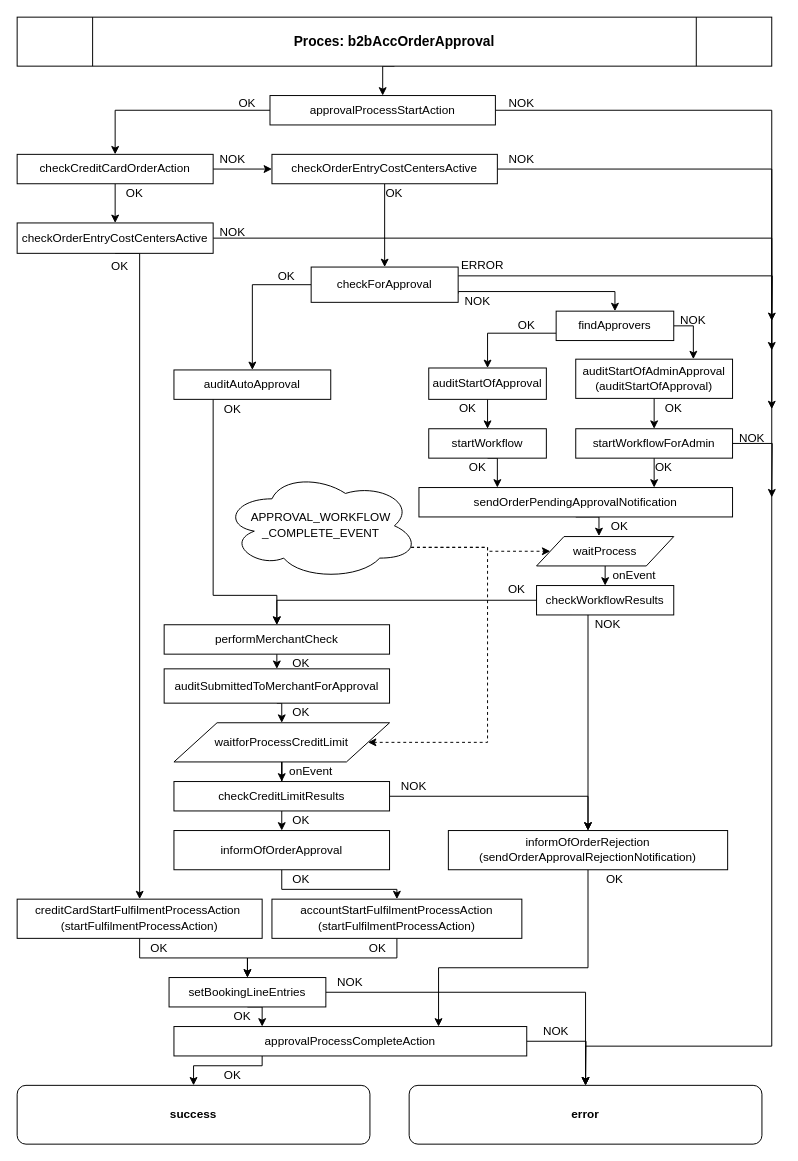
Earlier version of the draw.io diagram public/Untitled Diagram.drawio (salutuj-gabriel/docs). Source tidied: cells renumbered, new cells numbered last; positions are measured from the earlier drawing's top-left corner, leaving out a move shared by most shapes. Both pictures are drawn from the tidied source at 98%, with x=0, y=0 at pixel (17, 17).
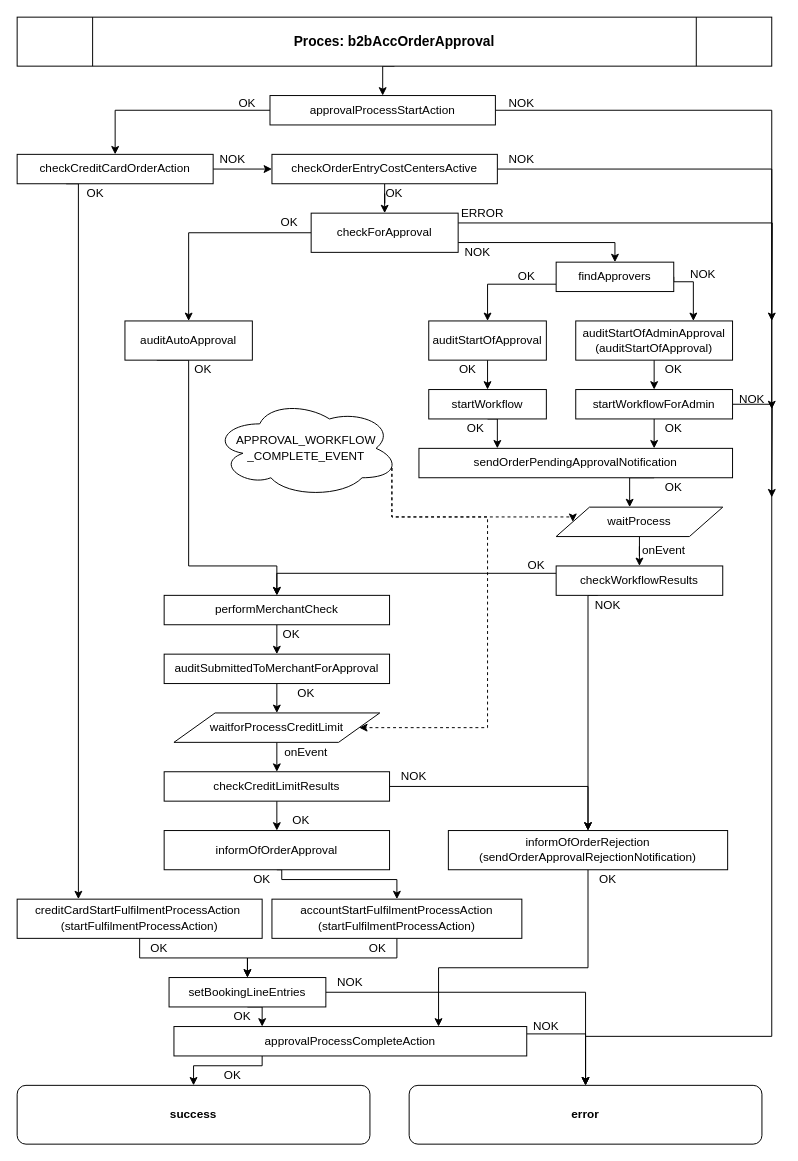
After the change.

The change refers to these unchanged cells:
```xml
<mxCell id="6" value="&lt;pre&gt;&lt;font face=&quot;Helvetica&quot;&gt;&lt;span&gt;approvalProcessStartAction&lt;/span&gt;&lt;/font&gt;&lt;/pre&gt;" style="rounded=0;whiteSpace=wrap;html=1;" parent="1" vertex="1">
  <mxGeometry x="258" y="80" width="230" height="30" as="geometry" />
</mxCell>
<mxCell id="7" value="&lt;div&gt;&lt;b&gt;error&lt;/b&gt;&lt;/div&gt;" style="rounded=1;whiteSpace=wrap;html=1;" parent="1" vertex="1">
  <mxGeometry x="400" y="1090" width="360" height="60" as="geometry" />
</mxCell>
<mxCell id="11" value="&lt;pre&gt;&lt;font face=&quot;Helvetica&quot;&gt;&lt;span&gt;checkCreditCardOrderAction&lt;/span&gt;&lt;/font&gt;&lt;/pre&gt;" style="rounded=0;whiteSpace=wrap;html=1;" parent="1" vertex="1">
  <mxGeometry y="140" width="200" height="30" as="geometry" />
</mxCell>
<mxCell id="16" value="&lt;pre&gt;&lt;font face=&quot;Helvetica&quot;&gt;&lt;span&gt;creditCardStartFulfilmentProcessAction &lt;br&gt;(&lt;/span&gt;&lt;span&gt;startFulfilmentProcessAction)&lt;/span&gt;&lt;/font&gt;&lt;/pre&gt;" style="rounded=0;whiteSpace=wrap;html=1;" parent="1" vertex="1">
  <mxGeometry y="900" width="250" height="40" as="geometry" />
</mxCell>
<mxCell id="25" value="&lt;pre&gt;&lt;font face=&quot;Helvetica&quot;&gt;&lt;span&gt;approvalProcessCompleteAction&lt;/span&gt;&lt;/font&gt;&lt;/pre&gt;" style="rounded=0;whiteSpace=wrap;html=1;" parent="1" vertex="1">
  <mxGeometry x="160" y="1030" width="360" height="30" as="geometry" />
</mxCell>
<mxCell id="40" value="&lt;pre&gt;&lt;font face=&quot;Helvetica&quot;&gt;&lt;span&gt;accountStartFulfilmentProcessAction&lt;br&gt;(&lt;/span&gt;&lt;span&gt;&lt;span&gt;startFulfilmentProcessAction&lt;/span&gt;)&lt;br&gt;&lt;/span&gt;&lt;/font&gt;&lt;/pre&gt;" style="rounded=0;whiteSpace=wrap;html=1;" parent="1" vertex="1">
  <mxGeometry x="260" y="900" width="255" height="40" as="geometry" />
</mxCell>
<mxCell id="48" value="&lt;pre&gt;&lt;font face=&quot;Helvetica&quot;&gt;&lt;span&gt;informOfOrderRejection&lt;br&gt;(&lt;/span&gt;&lt;span&gt;sendOrderApprovalRejectionNotification)&lt;br&gt;&lt;/span&gt;&lt;/font&gt;&lt;/pre&gt;" style="rounded=0;whiteSpace=wrap;html=1;" parent="1" vertex="1">
  <mxGeometry x="440" y="830" width="285" height="40" as="geometry" />
</mxCell>
```

The edit, as a diff of the source:
```diff
@@
     <mxCell id="4" style="edgeStyle=orthogonalEdgeStyle;rounded=0;jettySize=auto;html=1;exitX=1;exitY=0.5;exitDx=0;exitDy=0;" parent="1" edge="1" source="6" target="7">
       <mxGeometry relative="1" as="geometry">
         <Array as="points">
           <mxPoint x="770" y="95" />
-          <mxPoint x="770" y="1050" />
-          <mxPoint x="580" y="1050" />
+          <mxPoint x="770" y="1040" />
+          <mxPoint x="580" y="1040" />
         </Array>
       </mxGeometry>
     </mxCell>
@@
-    <mxCell id="10" style="edgeStyle=orthogonalEdgeStyle;rounded=0;jettySize=auto;html=1;exitX=0.5;exitY=1;exitDx=0;exitDy=0;entryX=0.5;entryY=0;entryDx=0;entryDy=0;" parent="1" edge="1" source="11" target="14">
-      <mxGeometry relative="1" as="geometry" />
-    </mxCell>
+    <mxCell id="105" style="edgeStyle=orthogonalEdgeStyle;rounded=0;jettySize=auto;html=1;exitX=0.25;exitY=1;exitDx=0;exitDy=0;entryX=0.25;entryY=0;entryDx=0;entryDy=0;" parent="1" edge="1" source="11" target="16">
+      <mxGeometry relative="1" as="geometry">
+        <Array as="points">
+          <mxPoint x="63" y="170" />
+        </Array>
+      </mxGeometry>
+    </mxCell>
@@
-    <mxCell id="12" style="edgeStyle=orthogonalEdgeStyle;rounded=0;jettySize=auto;html=1;exitX=1;exitY=0.5;exitDx=0;exitDy=0;" parent="1" edge="1" source="14">
-      <mxGeometry relative="1" as="geometry">
-        <mxPoint x="770" y="340" as="targetPoint" />
-        <Array as="points">
-          <mxPoint x="770" y="226" />
-        </Array>
-      </mxGeometry>
-    </mxCell>
-    <mxCell id="13" style="edgeStyle=orthogonalEdgeStyle;rounded=0;jettySize=auto;html=1;exitX=0.5;exitY=1;exitDx=0;exitDy=0;entryX=0.5;entryY=0;entryDx=0;entryDy=0;" parent="1" edge="1" source="14" target="16">
-      <mxGeometry relative="1" as="geometry">
-        <Array as="points">
-          <mxPoint x="125" y="241" />
-        </Array>
-      </mxGeometry>
-    </mxCell>
-    <mxCell id="14" value="&lt;pre&gt;&lt;font face=&quot;Helvetica&quot;&gt;&lt;span&gt;checkOrderEntryCostCentersActive&lt;/span&gt;&lt;/font&gt;&lt;/pre&gt;" style="rounded=0;whiteSpace=wrap;html=1;" parent="1" vertex="1">
-      <mxGeometry y="210" width="200" height="31" as="geometry" />
-    </mxCell>
@@
-    <mxCell id="24" style="edgeStyle=orthogonalEdgeStyle;rounded=0;jettySize=auto;html=1;exitX=1;exitY=0.5;exitDx=0;exitDy=0;" parent="1" edge="1" source="25">
-      <mxGeometry relative="1" as="geometry">
-        <mxPoint x="580" y="1090" as="targetPoint" />
-      </mxGeometry>
-    </mxCell>
+    <mxCell id="106" style="edgeStyle=orthogonalEdgeStyle;rounded=0;jettySize=auto;html=1;exitX=1;exitY=0.25;exitDx=0;exitDy=0;entryX=0.5;entryY=0;entryDx=0;entryDy=0;" parent="1" edge="1" source="25" target="7">
+      <mxGeometry relative="1" as="geometry" />
+    </mxCell>
@@
     <mxCell id="28" style="edgeStyle=orthogonalEdgeStyle;rounded=0;jettySize=auto;html=1;exitX=1;exitY=0.75;exitDx=0;exitDy=0;entryX=0.5;entryY=0;entryDx=0;entryDy=0;" parent="1" edge="1" source="29" target="34">
       <mxGeometry relative="1" as="geometry">
         <Array as="points">
-          <mxPoint x="450" y="280" />
-          <mxPoint x="610" y="280" />
+          <mxPoint x="610" y="230" />
         </Array>
       </mxGeometry>
     </mxCell>
     <mxCell id="29" value="checkForApproval" style="rounded=0;whiteSpace=wrap;html=1;" parent="1" vertex="1">
-      <mxGeometry x="300" y="255" width="150" height="36" as="geometry" />
+      <mxGeometry x="300" y="200" width="150" height="40" as="geometry" />
     </mxCell>
     <mxCell id="30" style="edgeStyle=orthogonalEdgeStyle;rounded=0;jettySize=auto;html=1;exitX=0.25;exitY=1;exitDx=0;exitDy=0;entryX=0.5;entryY=0;entryDx=0;entryDy=0;" parent="1" edge="1" source="31" target="36">
       <mxGeometry relative="1" as="geometry">
         <Array as="points">
-          <mxPoint x="200" y="590" />
-          <mxPoint x="265" y="590" />
+          <mxPoint x="175" y="350" />
+          <mxPoint x="175" y="560" />
+          <mxPoint x="265" y="560" />
         </Array>
       </mxGeometry>
     </mxCell>
     <mxCell id="31" value="auditAutoApproval" style="rounded=0;whiteSpace=wrap;html=1;" parent="1" vertex="1">
-      <mxGeometry x="160" y="360" width="160" height="30" as="geometry" />
+      <mxGeometry x="110" y="310" width="130" height="40" as="geometry" />
     </mxCell>
     <mxCell id="32" style="edgeStyle=orthogonalEdgeStyle;rounded=0;jettySize=auto;html=1;exitX=1;exitY=0.5;exitDx=0;exitDy=0;entryX=0.75;entryY=0;entryDx=0;entryDy=0;" parent="1" edge="1" source="34" target="53">
-      <mxGeometry relative="1" as="geometry" />
+      <mxGeometry relative="1" as="geometry">
+        <Array as="points">
+          <mxPoint x="670" y="270" />
+          <mxPoint x="690" y="270" />
+        </Array>
+      </mxGeometry>
     </mxCell>
@@
     <mxCell id="34" value="findApprovers" style="rounded=0;whiteSpace=wrap;html=1;" parent="1" vertex="1">
-      <mxGeometry x="550" y="300" width="120" height="30" as="geometry" />
+      <mxGeometry x="550" y="250" width="120" height="30" as="geometry" />
     </mxCell>
@@
     <mxCell id="36" value="performMerchantCheck" style="rounded=0;whiteSpace=wrap;html=1;" parent="1" vertex="1">
-      <mxGeometry x="150" y="620" width="230" height="30" as="geometry" />
+      <mxGeometry x="150" y="590" width="230" height="30" as="geometry" />
     </mxCell>
     <mxCell id="37" style="edgeStyle=orthogonalEdgeStyle;rounded=0;jettySize=auto;html=1;exitX=0.5;exitY=1;exitDx=0;exitDy=0;entryX=0.5;entryY=0;entryDx=0;entryDy=0;" parent="1" edge="1" source="38" target="40">
-      <mxGeometry relative="1" as="geometry" />
+      <mxGeometry relative="1" as="geometry">
+        <Array as="points">
+          <mxPoint x="270" y="880" />
+          <mxPoint x="388" y="880" />
+        </Array>
+      </mxGeometry>
     </mxCell>
     <mxCell id="38" value="&lt;pre&gt;&lt;font face=&quot;Helvetica&quot;&gt;&lt;span&gt;informOfOrderApproval&lt;/span&gt;&lt;/font&gt;&lt;/pre&gt;" style="rounded=0;whiteSpace=wrap;html=1;" parent="1" vertex="1">
-      <mxGeometry x="160" y="830" width="220" height="40" as="geometry" />
+      <mxGeometry x="150" y="830" width="230" height="40" as="geometry" />
     </mxCell>
@@
     <mxCell id="42" value="&lt;pre&gt;&lt;font face=&quot;Helvetica&quot;&gt;&lt;span&gt;auditSubmittedToMerchantForApproval&lt;/span&gt;&lt;/font&gt;&lt;/pre&gt;" style="rounded=0;whiteSpace=wrap;html=1;" parent="1" vertex="1">
-      <mxGeometry x="150" y="665" width="230" height="35" as="geometry" />
+      <mxGeometry x="150" y="650" width="230" height="30" as="geometry" />
     </mxCell>
-    <mxCell id="43" style="edgeStyle=orthogonalEdgeStyle;rounded=0;jettySize=auto;html=1;exitX=0.5;exitY=1;exitDx=0;exitDy=0;" parent="1" edge="1" source="51" target="46">
-      <mxGeometry relative="1" as="geometry" />
-    </mxCell>
@@
     <mxCell id="46" value="&lt;pre&gt;&lt;font face=&quot;Helvetica&quot;&gt;&lt;span&gt;checkCreditLimitResults&lt;/span&gt;&lt;/font&gt;&lt;/pre&gt;" style="rounded=0;whiteSpace=wrap;html=1;" parent="1" vertex="1">
-      <mxGeometry x="160" y="780" width="220" height="30" as="geometry" />
+      <mxGeometry x="150" y="770" width="230" height="30" as="geometry" />
     </mxCell>
@@
     <mxCell id="50" value="auditStartOfApproval" style="rounded=0;whiteSpace=wrap;html=1;" parent="1" vertex="1">
-      <mxGeometry x="420" y="358" width="120" height="32" as="geometry" />
+      <mxGeometry x="420" y="310" width="120" height="40" as="geometry" />
     </mxCell>
+    <mxCell id="43" style="edgeStyle=orthogonalEdgeStyle;rounded=0;jettySize=auto;html=1;exitX=0.5;exitY=1;exitDx=0;exitDy=0;entryX=0.5;entryY=0;entryDx=0;entryDy=0;" parent="1" edge="1" source="51" target="46">
+      <mxGeometry relative="1" as="geometry" />
+    </mxCell>
     <mxCell id="51" value="waitforProcessCreditLimit" style="shape=parallelogram;perimeter=parallelogramPerimeter;whiteSpace=wrap;html=1;" parent="1" vertex="1">
-      <mxGeometry x="160" y="720" width="220" height="40" as="geometry" />
+      <mxGeometry x="160" y="710" width="210" height="30" as="geometry" />
     </mxCell>
@@
     <mxCell id="53" value="auditStartOfAdminApproval&lt;br&gt;(auditStartOfApproval)" style="rounded=0;whiteSpace=wrap;html=1;" parent="1" vertex="1">
-      <mxGeometry x="570" y="349" width="160" height="40" as="geometry" />
+      <mxGeometry x="570" y="310" width="160" height="40" as="geometry" />
     </mxCell>
     <mxCell id="54" style="edgeStyle=orthogonalEdgeStyle;rounded=0;jettySize=auto;html=1;exitX=0.5;exitY=1;exitDx=0;exitDy=0;entryX=0.25;entryY=0;entryDx=0;entryDy=0;" parent="1" edge="1" source="55" target="60">
-      <mxGeometry relative="1" as="geometry" />
+      <mxGeometry relative="1" as="geometry">
+        <Array as="points">
+          <mxPoint x="490" y="410" />
+        </Array>
+      </mxGeometry>
     </mxCell>
     <mxCell id="55" value="startWorkflow" style="rounded=0;whiteSpace=wrap;html=1;" parent="1" vertex="1">
-      <mxGeometry x="420" y="420" width="120" height="30" as="geometry" />
+      <mxGeometry x="420" y="380" width="120" height="30" as="geometry" />
     </mxCell>
@@
     <mxCell id="58" value="startWorkflowForAdmin" style="rounded=0;whiteSpace=wrap;html=1;" parent="1" vertex="1">
-      <mxGeometry x="570" y="420" width="160" height="30" as="geometry" />
+      <mxGeometry x="570" y="380" width="160" height="30" as="geometry" />
     </mxCell>
-    <mxCell id="59" style="edgeStyle=orthogonalEdgeStyle;rounded=0;jettySize=auto;html=1;exitX=0.5;exitY=1;exitDx=0;exitDy=0;entryX=0.455;entryY=-0.017;entryDx=0;entryDy=0;entryPerimeter=0;" parent="1" edge="1" source="60" target="62">
-      <mxGeometry relative="1" as="geometry" />
+    <mxCell id="59" style="edgeStyle=orthogonalEdgeStyle;rounded=0;jettySize=auto;html=1;exitX=0.75;exitY=1;exitDx=0;exitDy=0;" parent="1" edge="1" source="60" target="62">
+      <mxGeometry relative="1" as="geometry">
+        <Array as="points">
+          <mxPoint x="625" y="470" />
+        </Array>
+      </mxGeometry>
     </mxCell>
     <mxCell id="60" value="&lt;pre&gt;&lt;font face=&quot;Helvetica&quot;&gt;&lt;span&gt;sendOrderPendingApprovalNotification&lt;/span&gt;&lt;/font&gt;&lt;/pre&gt;" style="rounded=0;whiteSpace=wrap;html=1;" parent="1" vertex="1">
-      <mxGeometry x="410" y="480" width="320" height="30" as="geometry" />
+      <mxGeometry x="410" y="440" width="320" height="30" as="geometry" />
     </mxCell>
-    <mxCell id="61" style="edgeStyle=orthogonalEdgeStyle;rounded=0;jettySize=auto;html=1;exitX=0.5;exitY=1;exitDx=0;exitDy=0;entryX=0.5;entryY=0;entryDx=0;entryDy=0;" parent="1" edge="1" source="62" target="65">
+    <mxCell id="61" style="edgeStyle=orthogonalEdgeStyle;rounded=0;jettySize=auto;html=1;exitX=0.5;exitY=1;exitDx=0;exitDy=0;" parent="1" edge="1" source="62" target="65">
       <mxGeometry relative="1" as="geometry" />
     </mxCell>
     <mxCell id="62" value="waitProcess" style="shape=parallelogram;perimeter=parallelogramPerimeter;whiteSpace=wrap;html=1;" parent="1" vertex="1">
-      <mxGeometry x="530" y="530" width="140" height="30" as="geometry" />
+      <mxGeometry x="550" y="500" width="170" height="30" as="geometry" />
     </mxCell>
     <mxCell id="63" style="edgeStyle=orthogonalEdgeStyle;rounded=0;jettySize=auto;html=1;exitX=0.25;exitY=1;exitDx=0;exitDy=0;entryX=0.5;entryY=0;entryDx=0;entryDy=0;" parent="1" edge="1" source="65" target="48">
       <mxGeometry relative="1" as="geometry">
         <Array as="points">
-          <mxPoint x="565" y="604" />
-          <mxPoint x="583" y="604" />
+          <mxPoint x="583" y="590" />
         </Array>
       </mxGeometry>
     </mxCell>
     <mxCell id="64" style="edgeStyle=orthogonalEdgeStyle;rounded=0;jettySize=auto;html=1;exitX=0;exitY=0.25;exitDx=0;exitDy=0;entryX=0.5;entryY=0;entryDx=0;entryDy=0;" parent="1" edge="1" source="65" target="36">
       <mxGeometry relative="1" as="geometry">
         <Array as="points">
-          <mxPoint x="530" y="595" />
-          <mxPoint x="265" y="595" />
+          <mxPoint x="265" y="568" />
         </Array>
       </mxGeometry>
     </mxCell>
     <mxCell id="65" value="checkWorkflowResults" style="rounded=0;whiteSpace=wrap;html=1;" parent="1" vertex="1">
-      <mxGeometry x="530" y="580" width="140" height="30" as="geometry" />
+      <mxGeometry x="550" y="560" width="170" height="30" as="geometry" />
     </mxCell>
     <mxCell id="66" style="edgeStyle=orthogonalEdgeStyle;rounded=0;jettySize=auto;html=1;exitX=0.96;exitY=0.7;exitDx=0;exitDy=0;exitPerimeter=0;entryX=0;entryY=0.5;entryDx=0;entryDy=0;dashed=1;" parent="1" edge="1" source="68" target="62">
       <mxGeometry relative="1" as="geometry">
         <Array as="points">
-          <mxPoint x="480" y="541" />
-          <mxPoint x="480" y="545" />
+          <mxPoint x="382" y="510" />
+          <mxPoint x="567" y="510" />
         </Array>
       </mxGeometry>
     </mxCell>
     <mxCell id="67" style="edgeStyle=orthogonalEdgeStyle;rounded=0;jettySize=auto;html=1;exitX=0.96;exitY=0.7;exitDx=0;exitDy=0;exitPerimeter=0;entryX=1;entryY=0.5;entryDx=0;entryDy=0;dashed=1;" parent="1" edge="1" source="68" target="51">
       <mxGeometry relative="1" as="geometry">
         <Array as="points">
-          <mxPoint x="480" y="541" />
-          <mxPoint x="480" y="740" />
+          <mxPoint x="382" y="510" />
+          <mxPoint x="480" y="510" />
+          <mxPoint x="480" y="725" />
         </Array>
       </mxGeometry>
     </mxCell>
     <mxCell id="68" value="&lt;pre&gt;&lt;font face=&quot;Helvetica&quot;&gt;APPROVAL_WORKFLOW&lt;br&gt;_COMPLETE_EVENT&lt;/font&gt;&lt;/pre&gt;" style="ellipse;shape=cloud;whiteSpace=wrap;html=1;" parent="1" vertex="1">
-      <mxGeometry x="210" y="464" width="200" height="110" as="geometry" />
+      <mxGeometry x="200" y="390" width="190" height="100" as="geometry" />
     </mxCell>
@@
     <mxCell id="72" value="OK" style="text;html=1;strokeColor=none;fillColor=none;align=center;verticalAlign=middle;whiteSpace=wrap;rounded=0;" parent="1" vertex="1">
-      <mxGeometry x="100" y="170" width="40" height="20" as="geometry" />
+      <mxGeometry x="60" y="170" width="40" height="20" as="geometry" />
     </mxCell>
-    <mxCell id="73" value="OK" style="text;html=1;strokeColor=none;fillColor=none;align=center;verticalAlign=middle;whiteSpace=wrap;rounded=0;" parent="1" vertex="1">
-      <mxGeometry x="85" y="245" width="40" height="20" as="geometry" />
-    </mxCell>
     <mxCell id="74" value="NOK" style="text;html=1;strokeColor=none;fillColor=none;align=center;verticalAlign=middle;whiteSpace=wrap;rounded=0;" parent="1" vertex="1">
-      <mxGeometry x="450" y="280" width="40" height="20" as="geometry" />
+      <mxGeometry x="450" y="230" width="40" height="20" as="geometry" />
     </mxCell>
-    <mxCell id="75" value="NOK" style="text;html=1;strokeColor=none;fillColor=none;align=center;verticalAlign=middle;whiteSpace=wrap;rounded=0;" parent="1" vertex="1">
-      <mxGeometry x="200" y="210" width="40" height="20" as="geometry" />
-    </mxCell>
@@
     <mxCell id="77" value="OK" style="text;html=1;strokeColor=none;fillColor=none;align=center;verticalAlign=middle;whiteSpace=wrap;rounded=0;" parent="1" vertex="1">
-      <mxGeometry x="255" y="255" width="40" height="20" as="geometry" />
+      <mxGeometry x="258" y="200" width="40" height="20" as="geometry" />
     </mxCell>
     <mxCell id="78" value="ERROR" style="text;html=1;strokeColor=none;fillColor=none;align=center;verticalAlign=middle;whiteSpace=wrap;rounded=0;" parent="1" vertex="1">
-      <mxGeometry x="455" y="243" width="40" height="20" as="geometry" />
+      <mxGeometry x="455" y="190" width="40" height="20" as="geometry" />
     </mxCell>
@@
     <mxCell id="80" value="OK" style="text;html=1;strokeColor=none;fillColor=none;align=center;verticalAlign=middle;whiteSpace=wrap;rounded=0;" parent="1" vertex="1">
-      <mxGeometry x="500" y="305" width="40" height="20" as="geometry" />
+      <mxGeometry x="500" y="255" width="40" height="20" as="geometry" />
     </mxCell>
     <mxCell id="81" value="OK" style="text;html=1;strokeColor=none;fillColor=none;align=center;verticalAlign=middle;whiteSpace=wrap;rounded=0;" parent="1" vertex="1">
-      <mxGeometry x="270" y="650" width="40" height="20" as="geometry" />
+      <mxGeometry x="260" y="620" width="40" height="20" as="geometry" />
     </mxCell>
     <mxCell id="82" value="OK" style="text;html=1;strokeColor=none;fillColor=none;align=center;verticalAlign=middle;whiteSpace=wrap;rounded=0;" parent="1" vertex="1">
-      <mxGeometry x="440" y="389" width="40" height="20" as="geometry" />
+      <mxGeometry x="440" y="350" width="40" height="20" as="geometry" />
     </mxCell>
     <mxCell id="83" value="OK" style="text;html=1;strokeColor=none;fillColor=none;align=center;verticalAlign=middle;whiteSpace=wrap;rounded=0;" parent="1" vertex="1">
-      <mxGeometry x="450" y="450" width="40" height="20" as="geometry" />
+      <mxGeometry x="448" y="410" width="40" height="20" as="geometry" />
     </mxCell>
     <mxCell id="84" value="OK" style="text;html=1;strokeColor=none;fillColor=none;align=center;verticalAlign=middle;whiteSpace=wrap;rounded=0;" parent="1" vertex="1">
-      <mxGeometry x="640" y="450" width="40" height="20" as="geometry" />
+      <mxGeometry x="650" y="410" width="40" height="20" as="geometry" />
     </mxCell>
     <mxCell id="85" value="OK" style="text;html=1;strokeColor=none;fillColor=none;align=center;verticalAlign=middle;whiteSpace=wrap;rounded=0;" parent="1" vertex="1">
-      <mxGeometry x="650" y="389" width="40" height="20" as="geometry" />
+      <mxGeometry x="650" y="350" width="40" height="20" as="geometry" />
     </mxCell>
     <mxCell id="86" value="OK" style="text;html=1;strokeColor=none;fillColor=none;align=center;verticalAlign=middle;whiteSpace=wrap;rounded=0;" parent="1" vertex="1">
-      <mxGeometry x="490" y="574" width="40" height="20" as="geometry" />
+      <mxGeometry x="510" y="550" width="40" height="20" as="geometry" />
     </mxCell>
     <mxCell id="87" value="OK" style="text;html=1;strokeColor=none;fillColor=none;align=center;verticalAlign=middle;whiteSpace=wrap;rounded=0;" parent="1" vertex="1">
-      <mxGeometry x="595" y="510" width="40" height="20" as="geometry" />
+      <mxGeometry x="650" y="470" width="40" height="20" as="geometry" />
     </mxCell>
     <mxCell id="88" value="NOK" style="text;html=1;strokeColor=none;fillColor=none;align=center;verticalAlign=middle;whiteSpace=wrap;rounded=0;" parent="1" vertex="1">
-      <mxGeometry x="670" y="300" width="40" height="20" as="geometry" />
+      <mxGeometry x="680" y="255" width="40" height="15" as="geometry" />
     </mxCell>
     <mxCell id="89" value="NOK" style="text;html=1;strokeColor=none;fillColor=none;align=center;verticalAlign=middle;whiteSpace=wrap;rounded=0;" parent="1" vertex="1">
-      <mxGeometry x="730" y="420" width="40" height="20" as="geometry" />
+      <mxGeometry x="730" y="380" width="40" height="20" as="geometry" />
     </mxCell>
     <mxCell id="90" value="onEvent" style="text;html=1;strokeColor=none;fillColor=none;align=center;verticalAlign=middle;whiteSpace=wrap;rounded=0;" parent="1" vertex="1">
-      <mxGeometry x="610" y="560" width="40" height="20" as="geometry" />
+      <mxGeometry x="640" y="534" width="40" height="20" as="geometry" />
     </mxCell>
     <mxCell id="91" value="OK" style="text;html=1;strokeColor=none;fillColor=none;align=center;verticalAlign=middle;whiteSpace=wrap;rounded=0;" parent="1" vertex="1">
-      <mxGeometry x="200" y="390" width="40" height="20" as="geometry" />
+      <mxGeometry x="170" y="350" width="40" height="20" as="geometry" />
     </mxCell>
     <mxCell id="92" value="OK" style="text;html=1;strokeColor=none;fillColor=none;align=center;verticalAlign=middle;whiteSpace=wrap;rounded=0;" parent="1" vertex="1">
-      <mxGeometry x="270" y="700" width="40" height="20" as="geometry" />
+      <mxGeometry x="275" y="680" width="40" height="20" as="geometry" />
     </mxCell>
     <mxCell id="93" value="OK" style="text;html=1;strokeColor=none;fillColor=none;align=center;verticalAlign=middle;whiteSpace=wrap;rounded=0;" parent="1" vertex="1">
-      <mxGeometry x="590" y="870" width="40" height="20" as="geometry" />
+      <mxGeometry x="582.5" y="870" width="40" height="20" as="geometry" />
     </mxCell>
@@
     <mxCell id="95" value="OK" style="text;html=1;strokeColor=none;fillColor=none;align=center;verticalAlign=middle;whiteSpace=wrap;rounded=0;" parent="1" vertex="1">
-      <mxGeometry x="270" y="870" width="40" height="20" as="geometry" />
+      <mxGeometry x="230" y="870" width="40" height="20" as="geometry" />
     </mxCell>
@@
     <mxCell id="100" value="NOK" style="text;html=1;strokeColor=none;fillColor=none;align=center;verticalAlign=middle;whiteSpace=wrap;rounded=0;" parent="1" vertex="1">
-      <mxGeometry x="385" y="775" width="40" height="20" as="geometry" />
+      <mxGeometry x="385" y="765" width="40" height="20" as="geometry" />
     </mxCell>
@@
     <mxCell id="102" value="NOK" style="text;html=1;strokeColor=none;fillColor=none;align=center;verticalAlign=middle;whiteSpace=wrap;rounded=0;" parent="1" vertex="1">
-      <mxGeometry x="530" y="1025" width="40" height="20" as="geometry" />
+      <mxGeometry x="520" y="1020" width="40" height="20" as="geometry" />
     </mxCell>
     <mxCell id="103" value="onEvent" style="text;html=1;strokeColor=none;fillColor=none;align=center;verticalAlign=middle;whiteSpace=wrap;rounded=0;" parent="1" vertex="1">
-      <mxGeometry x="280" y="760" width="40" height="20" as="geometry" />
+      <mxGeometry x="275" y="740" width="40" height="20" as="geometry" />
     </mxCell>
     <mxCell id="104" value="NOK" style="text;html=1;strokeColor=none;fillColor=none;align=center;verticalAlign=middle;whiteSpace=wrap;rounded=0;" parent="1" vertex="1">
-      <mxGeometry x="582.5" y="610" width="40" height="20" as="geometry" />
+      <mxGeometry x="582.5" y="590" width="40" height="20" as="geometry" />
     </mxCell>
```
